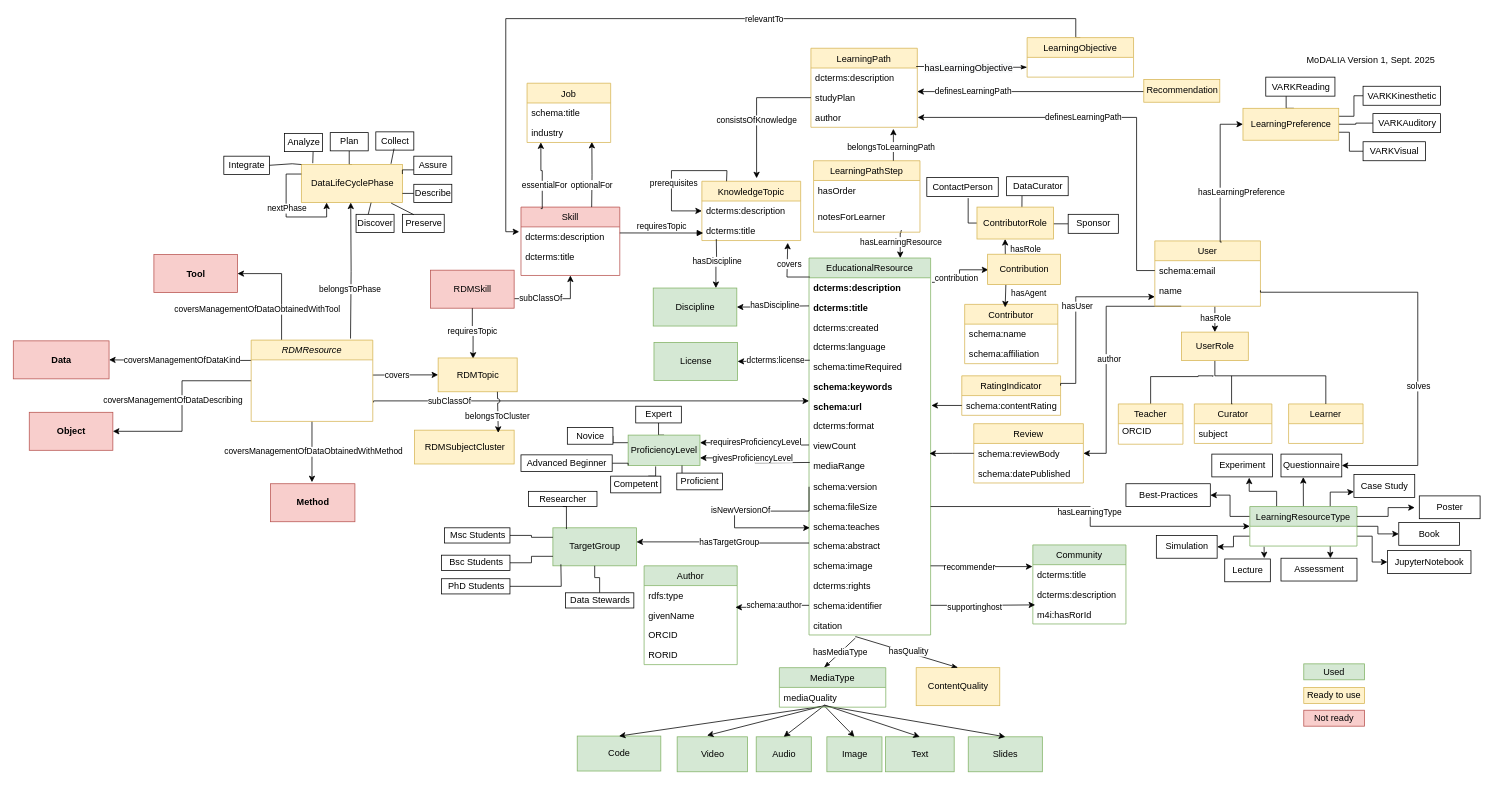
data-literacy-alliance/dalia-ontology keeps this draw.io diagram as visualisations/Modalia_v1_Used_unused.drawio. Above is the earlier version. Source tidied: cells renumbered, new cells numbered last; positions are measured from the earlier drawing's top-left corner, leaving out a move shared by most shapes. Both pictures are drawn from the tidied source at 76%, with x=0, y=0 at pixel (13, 18).
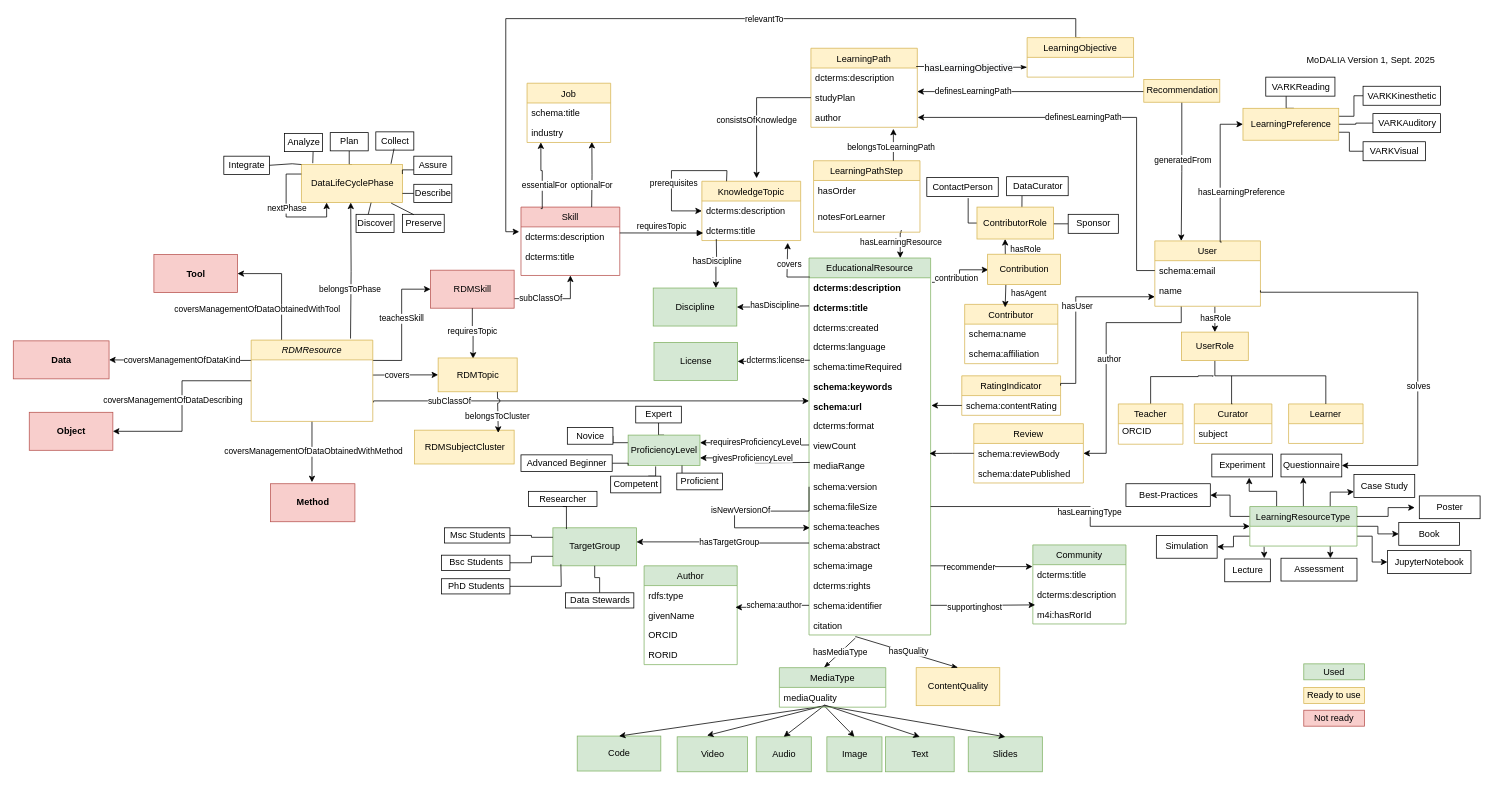
After the change.

Commit message:
Revert "Update Fig Used_ready"

The change refers to these unchanged cells:
```xml
<mxCell id="17" value="User" style="swimlane;fontStyle=0;align=center;verticalAlign=top;horizontal=1;startSize=26;rounded=0;shadow=0;strokeWidth=1;fillColor=#fff2cc;strokeColor=#d6b656;" parent="1" vertex="1">
  <mxGeometry x="1502" y="292.5" width="139" height="86" as="geometry" />
</mxCell>
<mxCell id="143" value="RDMSkill" style="html=1;fillColor=#f8cecc;strokeColor=#b85450;" parent="1" vertex="1">
  <mxGeometry x="549" y="331" width="110" height="50" as="geometry" />
</mxCell>
<mxCell id="235" value="schema:reviewBody" style="text;strokeColor=none;fillColor=none;align=left;verticalAlign=top;spacingLeft=4;spacingRight=4;overflow=hidden;points=[[0,0.5],[1,0.5]];portConstraint=eastwest;" parent="234" vertex="1">
  <mxGeometry y="26" width="144.2" height="26" as="geometry" />
</mxCell>
<mxCell id="264" value="RDMResource" style="swimlane;fontStyle=2;align=center;verticalAlign=top;horizontal=1;startSize=26;rounded=0;shadow=0;strokeWidth=1;fillColor=#fff2cc;strokeColor=#d6b656;" parent="1" vertex="1">
  <mxGeometry x="313" y="423" width="160" height="107" as="geometry" />
</mxCell>
<mxCell id="274" value="Recommendation" style="html=1;fillColor=#fff2cc;strokeColor=#d6b656;" parent="1" vertex="1">
  <mxGeometry x="1487.5" y="80" width="100" height="30" as="geometry" />
</mxCell>
```

The edit, as a diff of the source:
```diff
@@
     <mxCell id="15" style="edgeStyle=orthogonalEdgeStyle;rounded=0;jettySize=auto;html=1;exitX=0.25;exitY=1;exitDx=0;exitDy=0;entryX=1;entryY=0.5;entryDx=0;entryDy=0;" parent="1" edge="1" source="17" target="235">
       <mxGeometry relative="1" as="geometry">
         <Array as="points">
-          <mxPoint x="1438" y="379" />
+          <mxPoint x="1537" y="400" />
+          <mxPoint x="1438" y="400" />
           <mxPoint x="1438" y="572" />
         </Array>
       </mxGeometry>
     </mxCell>
@@
+    <mxCell id="275" style="edgeStyle=orthogonalEdgeStyle;rounded=0;jettySize=auto;html=1;exitX=1;exitY=0.25;exitDx=0;exitDy=0;entryX=0;entryY=0.5;entryDx=0;entryDy=0;" parent="1" edge="1" source="264" target="143">
+      <mxGeometry relative="1" as="geometry" />
+    </mxCell>
+    <mxCell id="276" value="teachesSkill" style="edgeLabel;html=1;align=center;verticalAlign=middle;" parent="275" vertex="1">
+      <mxGeometry x="0.09" y="1" relative="1" as="geometry" />
+    </mxCell>
@@
+    <mxCell id="277" style="edgeStyle=orthogonalEdgeStyle;rounded=0;jettySize=auto;html=1;exitX=0.5;exitY=1;exitDx=0;exitDy=0;entryX=0.25;entryY=0;entryDx=0;entryDy=0;" parent="1" edge="1" source="274" target="17">
+      <mxGeometry relative="1" as="geometry" />
+    </mxCell>
+    <mxCell id="278" value="generatedFrom" style="edgeLabel;html=1;align=center;verticalAlign=middle;" parent="277" vertex="1">
+      <mxGeometry x="-0.18" y="1" relative="1" as="geometry" />
+    </mxCell>
```
